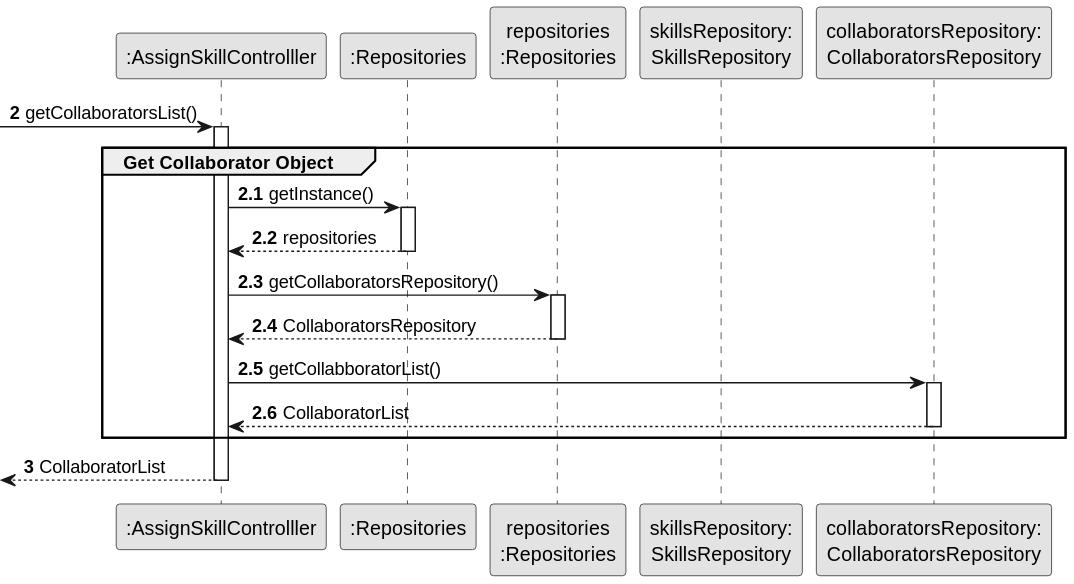
The PlantUML diagram docs/sprintA&B/us004/03.design/svg/us004-sequence-diagram-partial-get-collaborator-list.svg in daniel41silva05/ISEP_2023_2024_LAPR2, before a commit.
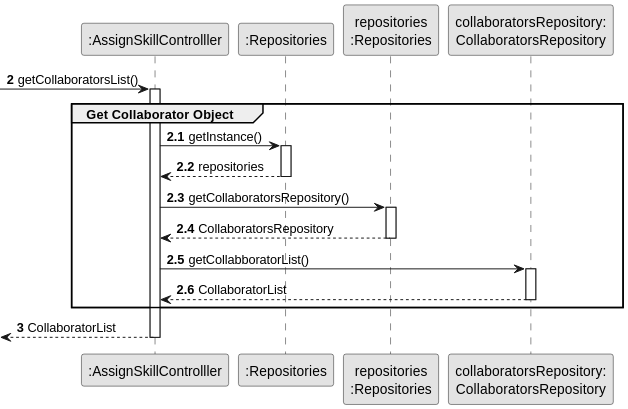
After the change.

Commit message:
US004 update (SDP get collaborator list)

Diff of the diagram source:
```diff
@@ -6,7 +6,6 @@
 participant ":AssignSkillControlller" as CTRL
 participant ":Repositories" as REP
 participant "repositories\n:Repositories" as REPS
-participant "skillsRepository:\nSkillsRepository" as skillsRepository
 participant "collaboratorsRepository:\nCollaboratorsRepository" as collaboratorsRepository
 autonumber 2
  -> CTRL : getCollaboratorsList()
```
